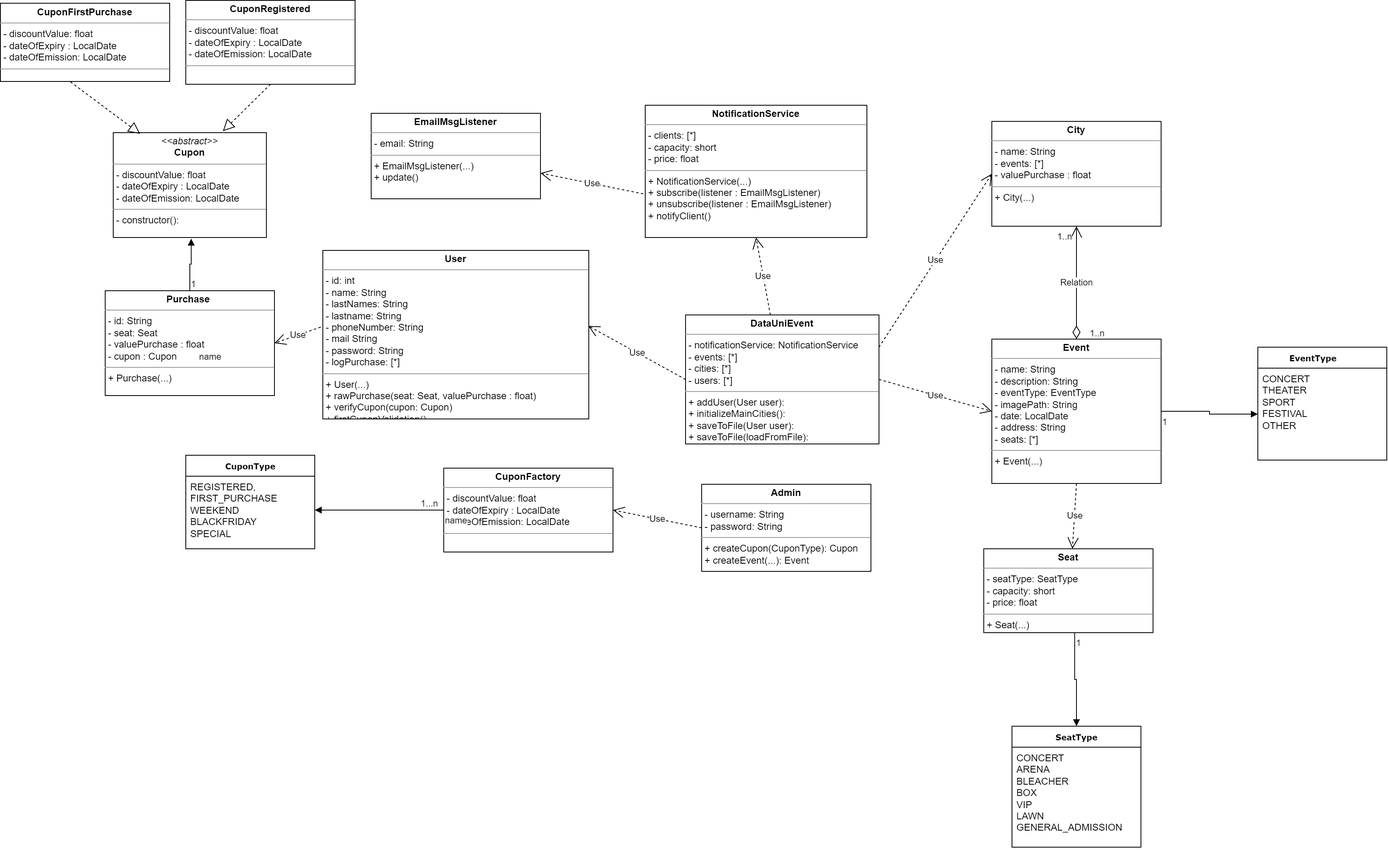
ecodant/uni-events keeps this draw.io diagram as UML UniEvents.png. Above is the earlier version. Source tidied: cells renumbered, new cells last; positions are measured from the earlier drawing's top-left corner, leaving out a move shared by most shapes.
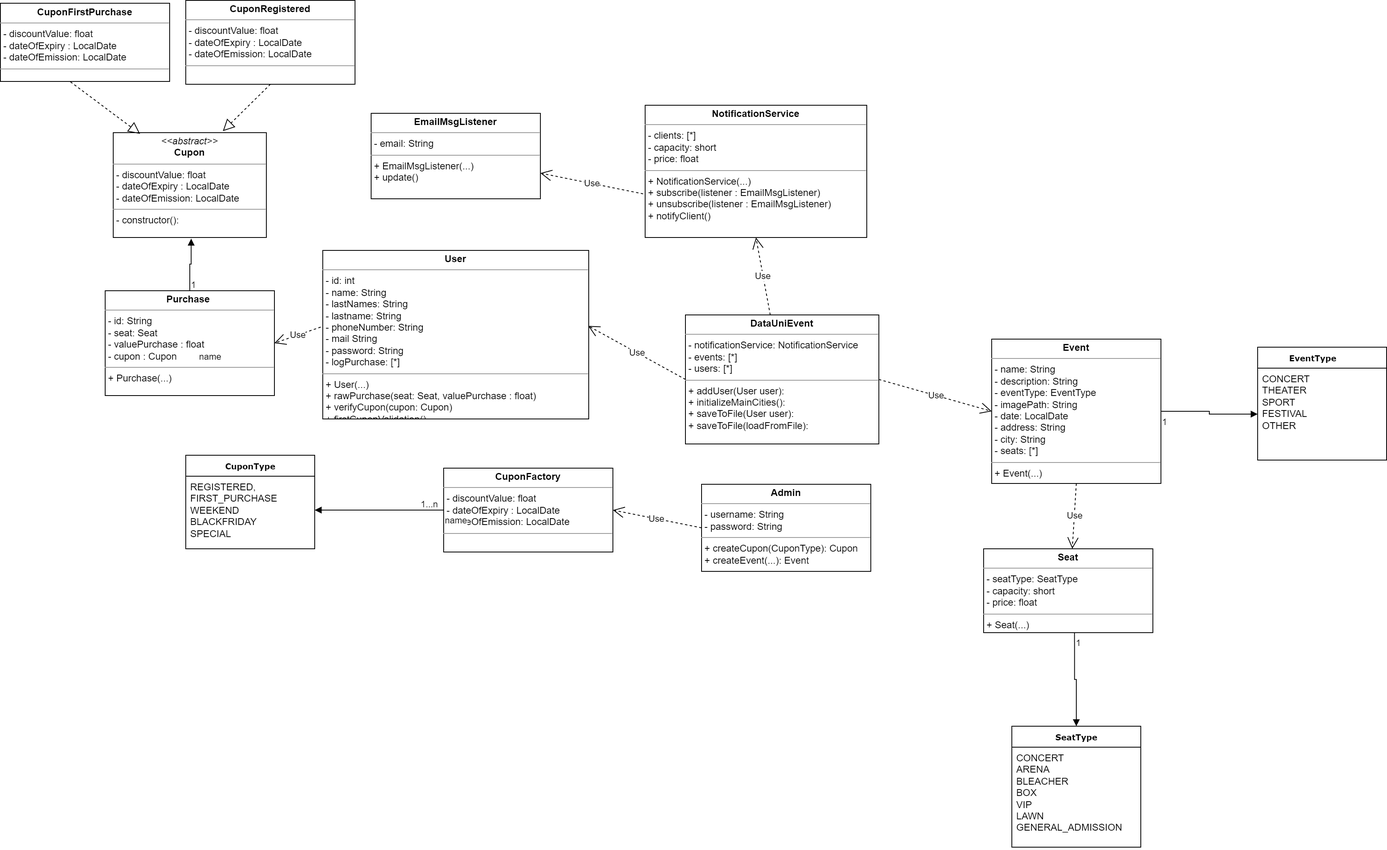
Above is the later version.

Change to the diagram source:
```diff
@@ -29,7 +29,7 @@
     <mxCell id="10" value="&lt;p style=&quot;margin:0px;margin-top:4px;text-align:center;&quot;&gt;&lt;b&gt;CuponFactory&lt;/b&gt;&lt;br&gt;&lt;/p&gt;&lt;hr size=&quot;1&quot;&gt;&lt;p style=&quot;margin: 0px 0px 0px 4px;&quot;&gt;- discountValue: float&lt;br&gt;- dateOfExpiry&amp;nbsp;: LocalDate&lt;/p&gt;&lt;p style=&quot;margin: 0px 0px 0px 4px;&quot;&gt;-&amp;nbsp;&lt;span style=&quot;background-color: initial;&quot;&gt;dateOfEmission: LocalDate&lt;/span&gt;&lt;/p&gt;&lt;hr size=&quot;1&quot;&gt;&lt;p style=&quot;margin:0px;margin-left:4px;&quot;&gt;&lt;br&gt;&lt;/p&gt;" style="verticalAlign=top;align=left;overflow=fill;fontSize=12;fontFamily=Helvetica;html=1;rounded=0;shadow=0;comic=0;labelBackgroundColor=none;strokeWidth=1;" parent="1" vertex="1">
       <mxGeometry x="550" y="580" width="210" height="104" as="geometry" />
     </mxCell>
-    <mxCell id="11" value="&lt;p style=&quot;margin:0px;margin-top:4px;text-align:center;&quot;&gt;&lt;b&gt;DataUniEvent&lt;/b&gt;&lt;br&gt;&lt;/p&gt;&lt;hr size=&quot;1&quot;&gt;&lt;p style=&quot;margin:0px;margin-left:4px;&quot;&gt;- notificationService: NotificationService&lt;br&gt;- events: [*]&lt;/p&gt;&lt;p style=&quot;margin:0px;margin-left:4px;&quot;&gt;- cities: [*]&lt;br&gt;&lt;/p&gt;&lt;p style=&quot;margin:0px;margin-left:4px;&quot;&gt;- users: [*]&lt;br&gt;&lt;/p&gt;&lt;hr size=&quot;1&quot;&gt;&lt;p style=&quot;margin:0px;margin-left:4px;&quot;&gt;+ addUser(User user):&lt;br&gt;+ initializeMainCities():&lt;br&gt;&lt;/p&gt;&lt;p style=&quot;margin:0px;margin-left:4px;&quot;&gt;+ saveToFile(User user):&lt;br&gt;&lt;/p&gt;&lt;p style=&quot;margin:0px;margin-left:4px;&quot;&gt;+ saveToFile(loadFromFile):&lt;br&gt;&lt;/p&gt;&lt;p style=&quot;margin:0px;margin-left:4px;&quot;&gt;&lt;br&gt;&lt;/p&gt;" style="verticalAlign=top;align=left;overflow=fill;fontSize=12;fontFamily=Helvetica;html=1;rounded=0;shadow=0;comic=0;labelBackgroundColor=none;strokeWidth=1;" parent="1" vertex="1">
+    <mxCell id="11" value="&lt;p style=&quot;margin:0px;margin-top:4px;text-align:center;&quot;&gt;&lt;b&gt;DataUniEvent&lt;/b&gt;&lt;br&gt;&lt;/p&gt;&lt;hr size=&quot;1&quot;&gt;&lt;p style=&quot;margin:0px;margin-left:4px;&quot;&gt;- notificationService: NotificationService&lt;br&gt;- events: [*]&lt;/p&gt;&lt;p style=&quot;margin:0px;margin-left:4px;&quot;&gt;- users: [*]&lt;br&gt;&lt;/p&gt;&lt;hr size=&quot;1&quot;&gt;&lt;p style=&quot;margin:0px;margin-left:4px;&quot;&gt;+ addUser(User user):&lt;br&gt;+ initializeMainCities():&lt;br&gt;&lt;/p&gt;&lt;p style=&quot;margin:0px;margin-left:4px;&quot;&gt;+ saveToFile(User user):&lt;br&gt;&lt;/p&gt;&lt;p style=&quot;margin:0px;margin-left:4px;&quot;&gt;+ saveToFile(loadFromFile):&lt;br&gt;&lt;/p&gt;&lt;p style=&quot;margin:0px;margin-left:4px;&quot;&gt;&lt;br&gt;&lt;/p&gt;" style="verticalAlign=top;align=left;overflow=fill;fontSize=12;fontFamily=Helvetica;html=1;rounded=0;shadow=0;comic=0;labelBackgroundColor=none;strokeWidth=1;" parent="1" vertex="1">
       <mxGeometry x="850" y="390" width="240" height="160" as="geometry" />
     </mxCell>
     <mxCell id="12" value="&lt;p style=&quot;margin:0px;margin-top:4px;text-align:center;&quot;&gt;&lt;b&gt;Seat&lt;/b&gt;&lt;br&gt;&lt;/p&gt;&lt;hr size=&quot;1&quot;&gt;&lt;p style=&quot;margin: 0px 0px 0px 4px;&quot;&gt;- seatType: SeatType&lt;br&gt;- capacity: short&lt;/p&gt;&lt;p style=&quot;margin: 0px 0px 0px 4px;&quot;&gt;-&amp;nbsp;&lt;span style=&quot;background-color: initial;&quot;&gt;price: float&lt;/span&gt;&lt;/p&gt;&lt;hr size=&quot;1&quot;&gt;&lt;p style=&quot;margin:0px;margin-left:4px;&quot;&gt;+ Seat(...)&lt;/p&gt;" style="verticalAlign=top;align=left;overflow=fill;fontSize=12;fontFamily=Helvetica;html=1;rounded=0;shadow=0;comic=0;labelBackgroundColor=none;strokeWidth=1;" parent="1" vertex="1">
@@ -56,10 +56,7 @@
     <mxCell id="19" value="&lt;p style=&quot;margin:0px;margin-top:4px;text-align:center;&quot;&gt;&lt;b&gt;EmailMsgListener&lt;/b&gt;&lt;br&gt;&lt;/p&gt;&lt;hr size=&quot;1&quot;&gt;&lt;p style=&quot;margin: 0px 0px 0px 4px;&quot;&gt;- email: String&lt;br&gt;&lt;/p&gt;&lt;hr size=&quot;1&quot;&gt;&lt;p style=&quot;margin:0px;margin-left:4px;&quot;&gt;+ EmailMsgListener(...)&lt;/p&gt;&lt;p style=&quot;margin:0px;margin-left:4px;&quot;&gt;+ update()&lt;/p&gt;" style="verticalAlign=top;align=left;overflow=fill;fontSize=12;fontFamily=Helvetica;html=1;rounded=0;shadow=0;comic=0;labelBackgroundColor=none;strokeWidth=1;" parent="1" vertex="1">
       <mxGeometry x="460" y="140" width="210" height="106" as="geometry" />
     </mxCell>
-    <mxCell id="20" value="&lt;p style=&quot;margin:0px;margin-top:4px;text-align:center;&quot;&gt;&lt;b&gt;City&lt;/b&gt;&lt;br&gt;&lt;/p&gt;&lt;hr size=&quot;1&quot;&gt;&lt;p style=&quot;margin: 0px 0px 0px 4px;&quot;&gt;- name: String&lt;br&gt;- events: [*]&lt;/p&gt;&lt;p style=&quot;margin: 0px 0px 0px 4px;&quot;&gt;-&amp;nbsp;&lt;span style=&quot;background-color: initial;&quot;&gt;valuePurchase : float&lt;/span&gt;&lt;/p&gt;&lt;hr size=&quot;1&quot;&gt;&lt;p style=&quot;margin:0px;margin-left:4px;&quot;&gt;+ City(...)&lt;/p&gt;" style="verticalAlign=top;align=left;overflow=fill;fontSize=12;fontFamily=Helvetica;html=1;rounded=0;shadow=0;comic=0;labelBackgroundColor=none;strokeWidth=1;" parent="1" vertex="1">
-      <mxGeometry x="1230" y="150" width="210" height="130" as="geometry" />
-    </mxCell>
-    <mxCell id="21" value="&lt;p style=&quot;margin:0px;margin-top:4px;text-align:center;&quot;&gt;&lt;b&gt;Event&lt;/b&gt;&lt;br&gt;&lt;/p&gt;&lt;hr size=&quot;1&quot;&gt;&lt;p style=&quot;margin: 0px 0px 0px 4px;&quot;&gt;- name: String&lt;br&gt;- description: String&lt;/p&gt;&lt;p style=&quot;margin: 0px 0px 0px 4px;&quot;&gt;-&amp;nbsp;&lt;span style=&quot;background-color: initial;&quot;&gt;eventType: EventType&lt;/span&gt;&lt;/p&gt;&lt;p style=&quot;margin: 0px 0px 0px 4px;&quot;&gt;&lt;span style=&quot;background-color: initial;&quot;&gt;-&amp;nbsp;&lt;/span&gt;&lt;span style=&quot;background-color: initial;&quot;&gt;imagePath:&amp;nbsp;&lt;/span&gt;&lt;span style=&quot;background-color: initial;&quot;&gt;String&lt;/span&gt;&lt;/p&gt;&lt;p style=&quot;margin: 0px 0px 0px 4px;&quot;&gt;&lt;span style=&quot;background-color: initial;&quot;&gt;- date: LocalDate&lt;/span&gt;&lt;/p&gt;&lt;p style=&quot;margin: 0px 0px 0px 4px;&quot;&gt;&lt;span style=&quot;background-color: initial;&quot;&gt;-&amp;nbsp;&lt;/span&gt;&lt;span style=&quot;background-color: initial;&quot;&gt;address: String&lt;/span&gt;&lt;/p&gt;&lt;p style=&quot;margin: 0px 0px 0px 4px;&quot;&gt;&lt;span style=&quot;background-color: initial;&quot;&gt;- seats: [*]&lt;/span&gt;&lt;/p&gt;&lt;hr size=&quot;1&quot;&gt;&lt;p style=&quot;margin:0px;margin-left:4px;&quot;&gt;+ Event(...)&lt;/p&gt;" style="verticalAlign=top;align=left;overflow=fill;fontSize=12;fontFamily=Helvetica;html=1;rounded=0;shadow=0;comic=0;labelBackgroundColor=none;strokeWidth=1;" parent="1" vertex="1">
+    <mxCell id="21" value="&lt;p style=&quot;margin:0px;margin-top:4px;text-align:center;&quot;&gt;&lt;b&gt;Event&lt;/b&gt;&lt;br&gt;&lt;/p&gt;&lt;hr size=&quot;1&quot;&gt;&lt;p style=&quot;margin: 0px 0px 0px 4px;&quot;&gt;- name: String&lt;br&gt;- description: String&lt;/p&gt;&lt;p style=&quot;margin: 0px 0px 0px 4px;&quot;&gt;-&amp;nbsp;&lt;span style=&quot;background-color: initial;&quot;&gt;eventType: EventType&lt;/span&gt;&lt;/p&gt;&lt;p style=&quot;margin: 0px 0px 0px 4px;&quot;&gt;&lt;span style=&quot;background-color: initial;&quot;&gt;-&amp;nbsp;&lt;/span&gt;&lt;span style=&quot;background-color: initial;&quot;&gt;imagePath:&amp;nbsp;&lt;/span&gt;&lt;span style=&quot;background-color: initial;&quot;&gt;String&lt;/span&gt;&lt;/p&gt;&lt;p style=&quot;margin: 0px 0px 0px 4px;&quot;&gt;&lt;span style=&quot;background-color: initial;&quot;&gt;- date: LocalDate&lt;/span&gt;&lt;/p&gt;&lt;p style=&quot;margin: 0px 0px 0px 4px;&quot;&gt;&lt;span style=&quot;background-color: initial;&quot;&gt;-&amp;nbsp;&lt;/span&gt;&lt;span style=&quot;background-color: initial;&quot;&gt;address: String&lt;/span&gt;&lt;/p&gt;&lt;p style=&quot;margin: 0px 0px 0px 4px;&quot;&gt;&lt;span style=&quot;background-color: initial;&quot;&gt;-&amp;nbsp;&lt;/span&gt;&lt;span style=&quot;background-color: initial;&quot;&gt;city: String&lt;/span&gt;&lt;span style=&quot;background-color: initial;&quot;&gt;&lt;br&gt;&lt;/span&gt;&lt;/p&gt;&lt;p style=&quot;margin: 0px 0px 0px 4px;&quot;&gt;&lt;span style=&quot;background-color: initial;&quot;&gt;- seats: [*]&lt;/span&gt;&lt;/p&gt;&lt;hr size=&quot;1&quot;&gt;&lt;p style=&quot;margin:0px;margin-left:4px;&quot;&gt;+ Event(...)&lt;/p&gt;" style="verticalAlign=top;align=left;overflow=fill;fontSize=12;fontFamily=Helvetica;html=1;rounded=0;shadow=0;comic=0;labelBackgroundColor=none;strokeWidth=1;" parent="1" vertex="1">
       <mxGeometry x="1230" y="420" width="210" height="179" as="geometry" />
     </mxCell>
     <mxCell id="22" value="&lt;p style=&quot;margin:0px;margin-top:4px;text-align:center;&quot;&gt;&lt;b&gt;User&lt;/b&gt;&lt;br&gt;&lt;/p&gt;&lt;hr size=&quot;1&quot;&gt;&lt;p style=&quot;margin: 0px 0px 0px 4px;&quot;&gt;- id: int&lt;br&gt;- name: String&lt;/p&gt;&lt;p style=&quot;margin: 0px 0px 0px 4px;&quot;&gt;-&amp;nbsp;&lt;span style=&quot;background-color: initial;&quot;&gt;lastNames: String&lt;/span&gt;&lt;/p&gt;&lt;p style=&quot;margin: 0px 0px 0px 4px;&quot;&gt;- lastname:&amp;nbsp;&lt;span style=&quot;background-color: initial;&quot;&gt;String&lt;/span&gt;&lt;span style=&quot;background-color: initial;&quot;&gt;&amp;nbsp;&lt;/span&gt;&lt;/p&gt;&lt;p style=&quot;margin: 0px 0px 0px 4px;&quot;&gt;- phoneNumber: String&lt;/p&gt;&lt;p style=&quot;margin: 0px 0px 0px 4px;&quot;&gt;&lt;span style=&quot;background-color: initial;&quot;&gt;- mail&amp;nbsp;&lt;/span&gt;&lt;span style=&quot;background-color: initial;&quot;&gt;String&amp;nbsp;&lt;/span&gt;&lt;/p&gt;&lt;p style=&quot;margin: 0px 0px 0px 4px;&quot;&gt;- password:&amp;nbsp;&lt;span style=&quot;background-color: initial;&quot;&gt;String&lt;/span&gt;&lt;/p&gt;&lt;p style=&quot;margin: 0px 0px 0px 4px;&quot;&gt;&lt;span style=&quot;background-color: initial;&quot;&gt;-&amp;nbsp;&lt;/span&gt;&lt;span style=&quot;background-color: initial;&quot;&gt;logPurchase: [*]&lt;/span&gt;&lt;/p&gt;&lt;hr size=&quot;1&quot;&gt;&lt;p style=&quot;margin:0px;margin-left:4px;&quot;&gt;+ User(...)&lt;/p&gt;&lt;p style=&quot;margin:0px;margin-left:4px;&quot;&gt;+&amp;nbsp;rawPurchase(seat: Seat&lt;span style=&quot;background-color: initial;&quot;&gt;,&amp;nbsp;&lt;/span&gt;&lt;span style=&quot;background-color: initial;&quot;&gt;valuePurchase : float)&lt;/span&gt;&lt;/p&gt;&lt;p style=&quot;margin:0px;margin-left:4px;&quot;&gt;&lt;span style=&quot;background-color: initial;&quot;&gt;+&amp;nbsp;&lt;/span&gt;&lt;span style=&quot;background-color: initial;&quot;&gt;verifyCupon(cupon: Cupon)&lt;/span&gt;&lt;/p&gt;&lt;p style=&quot;margin:0px;margin-left:4px;&quot;&gt;&lt;span style=&quot;background-color: initial;&quot;&gt;+&amp;nbsp;&lt;/span&gt;&lt;span style=&quot;background-color: initial;&quot;&gt;firstCuponValidation()&lt;/span&gt;&lt;/p&gt;" style="verticalAlign=top;align=left;overflow=fill;fontSize=12;fontFamily=Helvetica;html=1;rounded=0;shadow=0;comic=0;labelBackgroundColor=none;strokeWidth=1;" parent="1" vertex="1">
@@ -74,22 +71,6 @@
     <mxCell id="25" value="Use" style="endArrow=open;endSize=12;dashed=1;html=1;rounded=0;entryX=0;entryY=0.5;entryDx=0;entryDy=0;exitX=1;exitY=0.5;exitDx=0;exitDy=0;" parent="1" edge="1" source="11" target="21">
       <mxGeometry relative="1" as="geometry" />
     </mxCell>
-    <mxCell id="26" value="Use" style="endArrow=open;endSize=12;dashed=1;html=1;rounded=0;entryX=0;entryY=0.5;entryDx=0;entryDy=0;exitX=1;exitY=0.25;exitDx=0;exitDy=0;" parent="1" edge="1" source="11" target="20">
-      <mxGeometry relative="1" as="geometry" />
-    </mxCell>
-    <mxCell id="27" value="Relation" style="endArrow=open;html=1;endSize=12;startArrow=diamondThin;startSize=14;startFill=0;edgeStyle=orthogonalEdgeStyle;rounded=0;exitX=0.5;exitY=0;exitDx=0;exitDy=0;entryX=0.5;entryY=1;entryDx=0;entryDy=0;" parent="1" edge="1" source="21" target="20">
-      <mxGeometry relative="1" as="geometry" />
-    </mxCell>
-    <mxCell id="28" value="1..n" style="edgeLabel;html=1;align=left;verticalAlign=top;" parent="27" vertex="1">
-      <mxGeometry x="-1" relative="1" as="geometry">
-        <mxPoint x="15" y="-20" as="offset" />
-      </mxGeometry>
-    </mxCell>
-    <mxCell id="29" value="1..n" style="edgeLabel;html=1;align=right;verticalAlign=top;" parent="27" vertex="1">
-      <mxGeometry x="1" relative="1" as="geometry">
-        <mxPoint x="-5" as="offset" />
-      </mxGeometry>
-    </mxCell>
     <mxCell id="30" value="Use" style="endArrow=open;endSize=12;dashed=1;html=1;rounded=0;exitX=-0.009;exitY=0.67;exitDx=0;exitDy=0;exitPerimeter=0;" parent="1" edge="1" source="18" target="19">
       <mxGeometry relative="1" as="geometry" />
     </mxCell>
```
